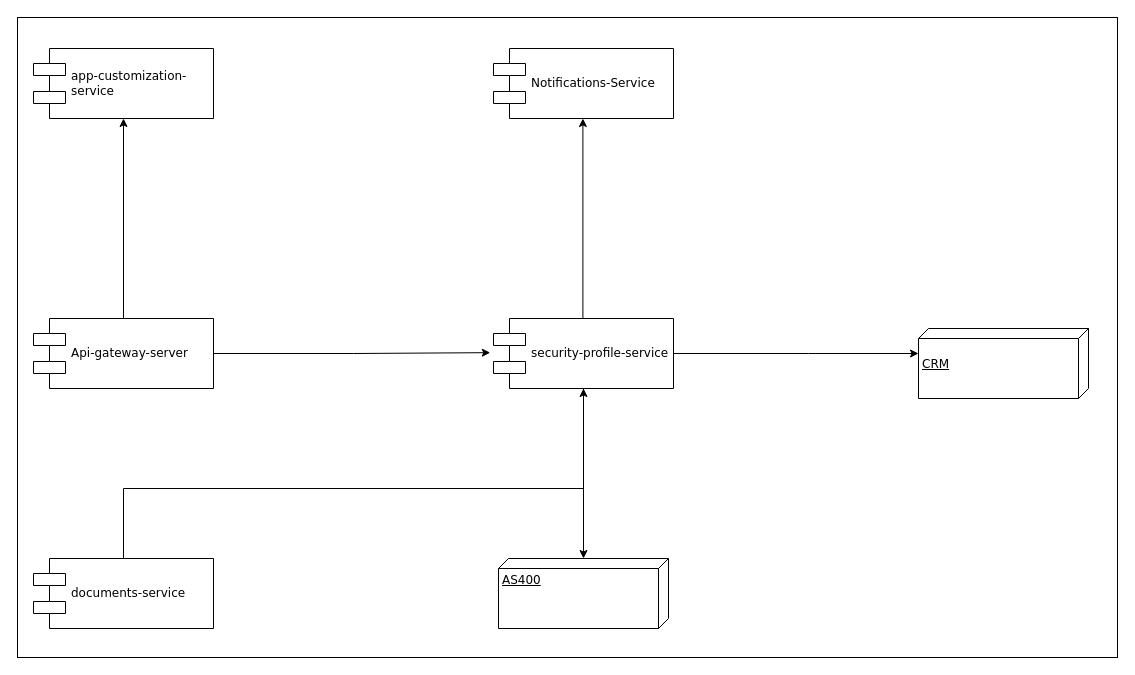
Above: Untitled Diagram.drawio in StevenGpByte/ActualizacionDatos (draw.io), before the change. Source tidied: cells renumbered, new cells numbered last; positions are measured from the earlier drawing's top-left corner, leaving out a move shared by most shapes. Both pictures are drawn from the tidied source at 100%, with x=0, y=0 at pixel (17, 17).
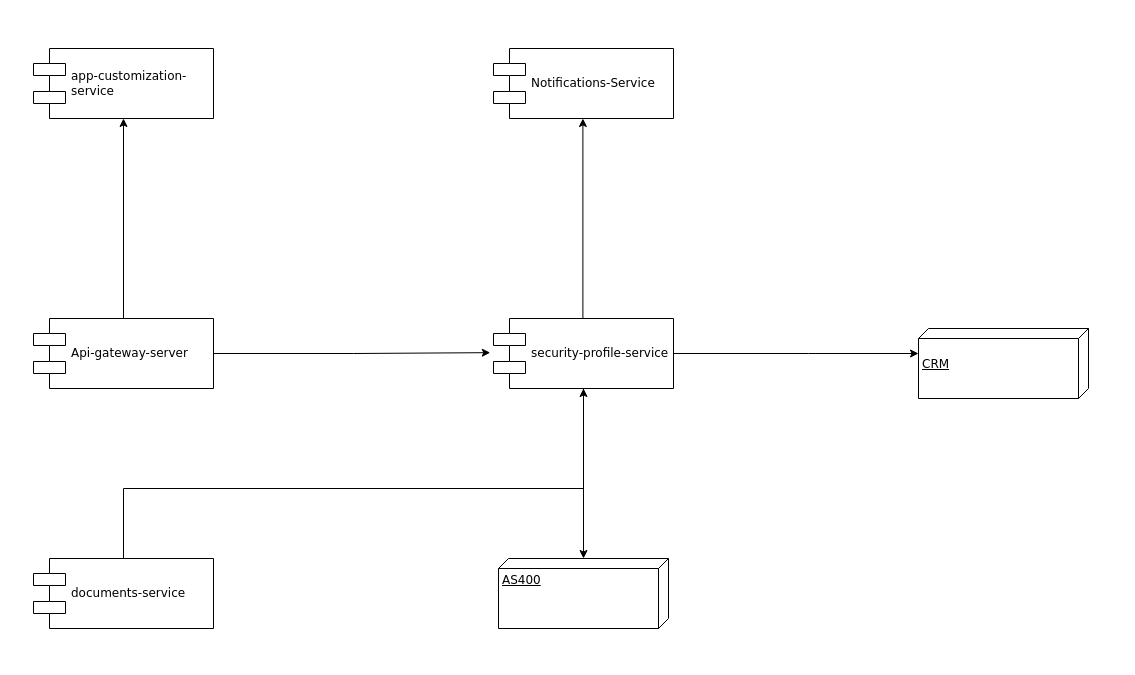
The same page after the edit.

What changed in the source:
```diff
@@
-    <mxCell id="2" style="rounded=0;whiteSpace=wrap;html=1;" parent="1" vertex="1">
-      <mxGeometry width="1100" height="640" as="geometry" />
-    </mxCell>
```
